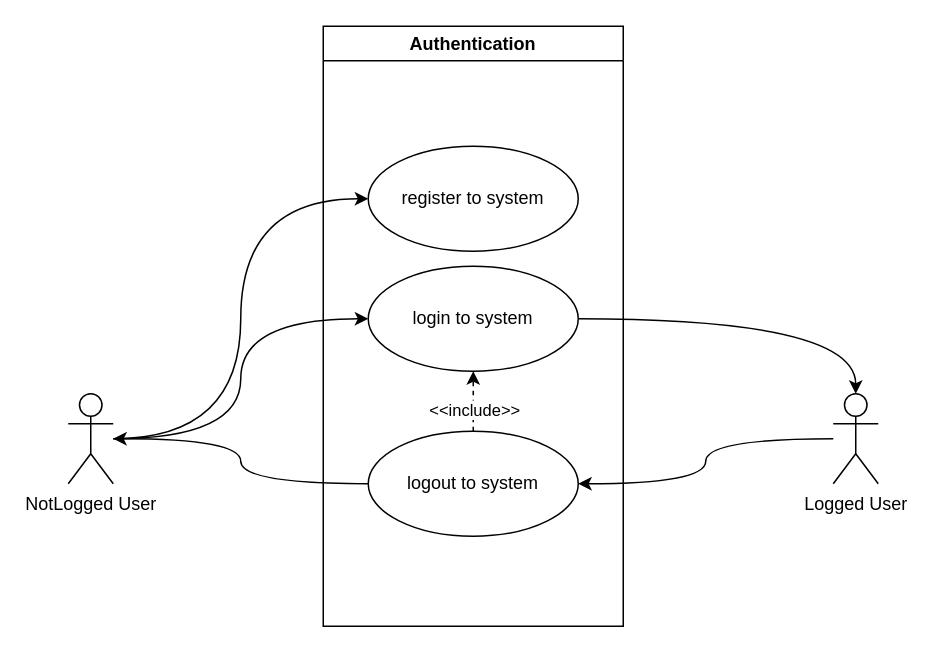
CryptoMonitorASW-SPE/documentation keeps this draw.io diagram as diagrams/usecase/usecase-auth.drawio. Above is the earlier version. Source tidied: cells renumbered, new cells numbered last; positions are measured from the earlier drawing's top-left corner, leaving out a move shared by most shapes. Both pictures are drawn from the tidied source at 150%, with x=0, y=0 at pixel (68, 26).
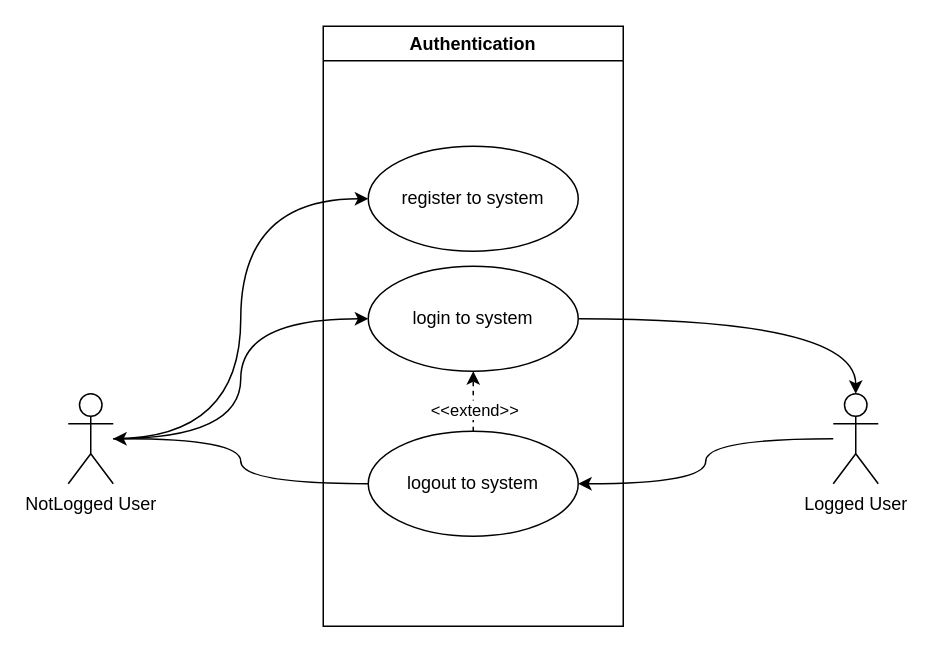
The same page after the edit.

Commit message (it also covers changes not shown here):
docs: update usecase diagrams

The edit, as a diff of the source:
```diff
@@
 <mxGraphModel>
   <root>
     <mxCell id="0" />
     <mxCell id="1" parent="0" />
     <mxCell id="2" style="edgeStyle=orthogonalEdgeStyle;rounded=0;jettySize=auto;html=1;entryX=0;entryY=0.5;entryDx=0;entryDy=0;curved=1;" parent="1" edge="1" source="4" target="10">
       <mxGeometry relative="1" as="geometry" />
     </mxCell>
     <mxCell id="3" style="edgeStyle=orthogonalEdgeStyle;rounded=0;jettySize=auto;html=1;entryX=0;entryY=0.5;entryDx=0;entryDy=0;curved=1;" parent="1" edge="1" source="4" target="11">
       <mxGeometry relative="1" as="geometry" />
     </mxCell>
     <mxCell id="4" value="NotLogged User" style="shape=umlActor;html=1;verticalLabelPosition=bottom;verticalAlign=top;align=center;" parent="1" vertex="1">
       <mxGeometry y="245" width="30" height="60" as="geometry" />
     </mxCell>
     <mxCell id="5" style="edgeStyle=orthogonalEdgeStyle;rounded=0;jettySize=auto;html=1;curved=1;" parent="1" edge="1" source="11" target="8">
       <mxGeometry relative="1" as="geometry" />
     </mxCell>
     <mxCell id="6" style="edgeStyle=orthogonalEdgeStyle;rounded=0;jettySize=auto;html=1;exitX=0;exitY=0.5;exitDx=0;exitDy=0;curved=1;" parent="1" edge="1" source="14" target="4">
       <mxGeometry relative="1" as="geometry" />
     </mxCell>
     <mxCell id="7" style="edgeStyle=orthogonalEdgeStyle;rounded=0;jettySize=auto;html=1;entryX=1;entryY=0.5;entryDx=0;entryDy=0;curved=1;" parent="1" edge="1" source="8" target="14">
       <mxGeometry relative="1" as="geometry" />
     </mxCell>
     <mxCell id="8" value="Logged User" style="shape=umlActor;html=1;verticalLabelPosition=bottom;verticalAlign=top;align=center;" parent="1" vertex="1">
       <mxGeometry x="510" y="245" width="30" height="60" as="geometry" />
     </mxCell>
     <mxCell id="9" value="Authentication" style="swimlane;whiteSpace=wrap;html=1;" parent="1" vertex="1">
       <mxGeometry x="170" width="200" height="400" as="geometry" />
     </mxCell>
     <mxCell id="10" value="register to system" style="ellipse;whiteSpace=wrap;html=1;" parent="9" vertex="1">
       <mxGeometry x="30" y="80" width="140" height="70" as="geometry" />
     </mxCell>
     <mxCell id="11" value="login to system" style="ellipse;whiteSpace=wrap;html=1;" parent="9" vertex="1">
       <mxGeometry x="30" y="160" width="140" height="70" as="geometry" />
     </mxCell>
     <mxCell id="12" style="edgeStyle=orthogonalEdgeStyle;rounded=0;jettySize=auto;html=1;entryX=0.5;entryY=1;entryDx=0;entryDy=0;dashed=1;" parent="9" edge="1" source="14" target="11">
       <mxGeometry relative="1" as="geometry" />
     </mxCell>
-    <mxCell id="13" value="&amp;lt;&amp;lt;include&amp;gt;&amp;gt;" style="edgeLabel;html=1;align=center;verticalAlign=middle;" parent="12" vertex="1">
+    <mxCell id="13" value="&amp;lt;&amp;lt;extend&amp;gt;&amp;gt;" style="edgeLabel;html=1;align=center;verticalAlign=middle;" parent="12" vertex="1">
       <mxGeometry x="-0.26" relative="1" as="geometry" />
     </mxCell>
     <mxCell id="14" value="logout to system" style="ellipse;whiteSpace=wrap;html=1;" parent="9" vertex="1">
       <mxGeometry x="30" y="270" width="140" height="70" as="geometry" />
     </mxCell>
   </root>
 </mxGraphModel>
```
